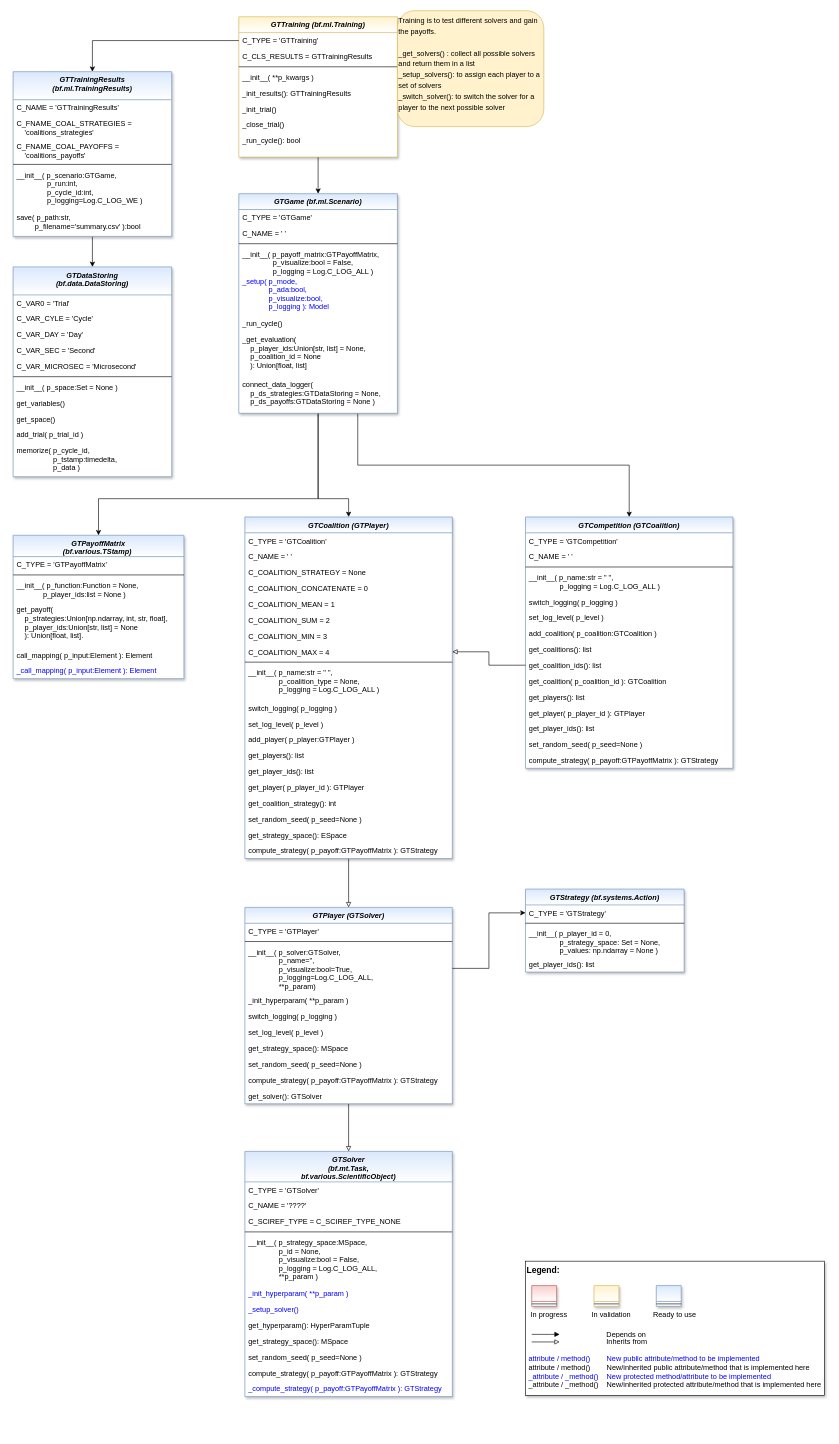
The draw.io diagram doc/rtd/content/04_appendices/appendix2/sub/core/mlpro_gt/images/MLPro-GT-Native_class_diagram.drawio in fhswf/MLPro, before the edit. Source tidied: cells renumbered, new cells numbered last; positions are measured from the earlier drawing's top-left corner, leaving out a move shared by most shapes. Both pictures are drawn from the tidied source at 61%, with x=0, y=0 at pixel (13, 10).
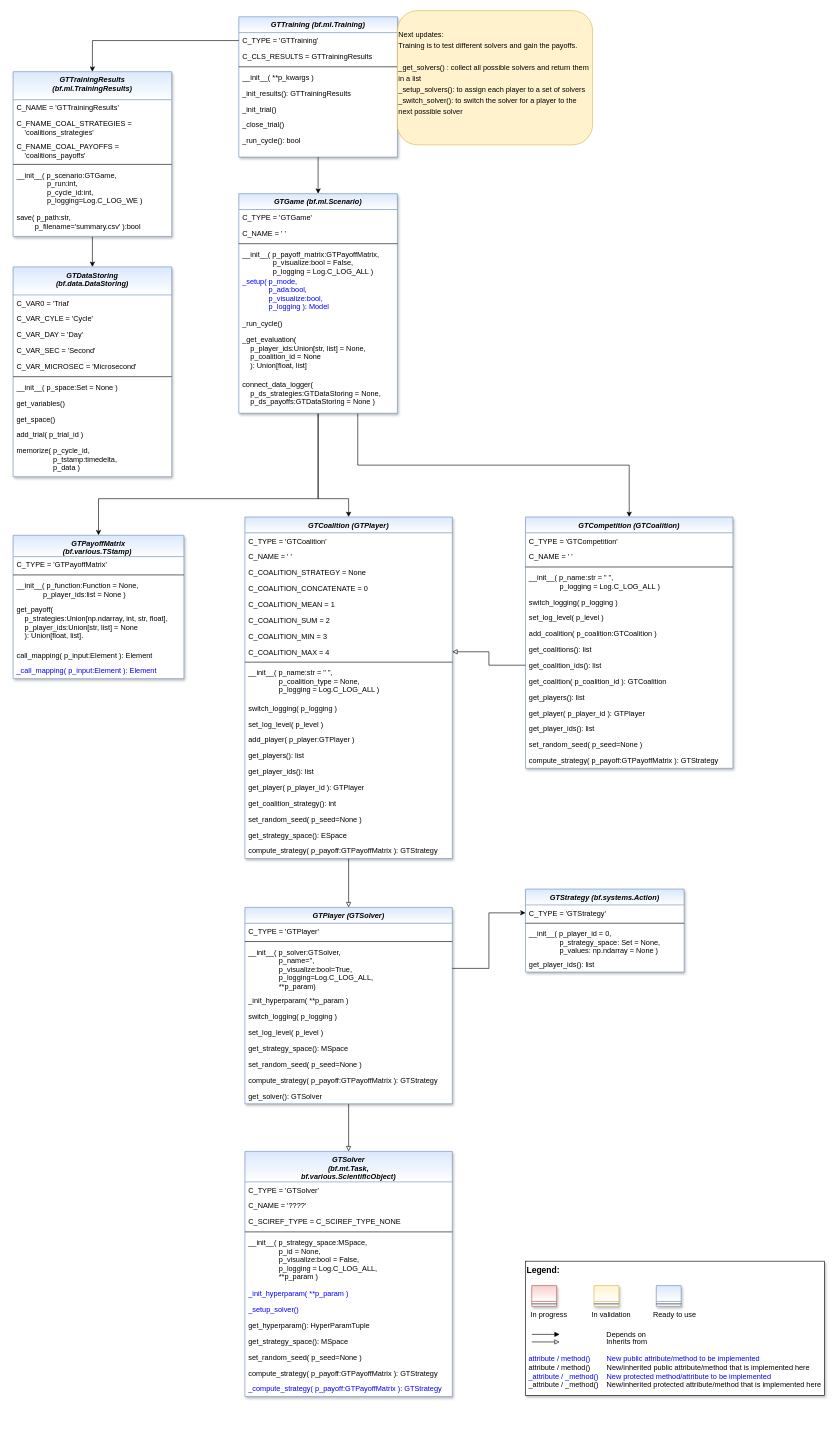
The same page after the edit.

Commit message (it also covers changes not shown here):
update class diagram #613

Diff of the diagram source:
```diff
@@
-    <mxCell id="85" value="GTTraining (bf.ml.Training)" style="swimlane;fontStyle=3;align=center;verticalAlign=top;horizontal=1;startSize=26;rounded=0;shadow=1;strokeWidth=1;fillColor=#fff2cc;strokeColor=#d6b656;swimlaneFillColor=#ffffff;gradientColor=#FFFFFF;" parent="1" vertex="1">
+    <mxCell id="85" value="GTTraining (bf.ml.Training)" style="swimlane;fontStyle=3;align=center;verticalAlign=top;horizontal=1;startSize=26;rounded=0;shadow=1;strokeWidth=1;fillColor=#dae8fc;strokeColor=#6c8ebf;swimlaneFillColor=#ffffff;gradientColor=#FFFFFF;" parent="1" vertex="1">
       <mxGeometry x="370" y="10" width="260" height="230" as="geometry" />
     </mxCell>
@@
-    <mxCell id="94" value="&lt;font style=&quot;font-size: 12px&quot;&gt;Training is to test different solvers and gain the payoffs.&lt;br&gt;&lt;br&gt;_get_solvers() : collect all possible solvers and return them in a list&lt;br&gt;_setup_solvers(): to assign each player to a set of solvers&lt;br&gt;_switch_solver(): to switch the solver for a player to the next possible solver&amp;nbsp;&lt;br&gt;&lt;br&gt;&lt;/font&gt;" style="rounded=1;whiteSpace=wrap;html=1;fontSize=15;fillColor=#fff2cc;strokeColor=#d6b656;align=left;" parent="1" vertex="1">
-      <mxGeometry x="630" width="240" height="190" as="geometry" />
+    <mxCell id="94" value="&lt;font style=&quot;font-size: 12px&quot;&gt;Next updates:&lt;br&gt;Training is to test different solvers and gain the payoffs.&lt;br&gt;&lt;br&gt;_get_solvers() : collect all possible solvers and return them in a list&lt;br&gt;_setup_solvers(): to assign each player to a set of solvers&lt;br&gt;_switch_solver(): to switch the solver for a player to the next possible solver&amp;nbsp;&lt;br&gt;&lt;br&gt;&lt;/font&gt;" style="rounded=1;whiteSpace=wrap;html=1;fontSize=15;fillColor=#fff2cc;strokeColor=#d6b656;align=left;" parent="1" vertex="1">
+      <mxGeometry x="630" width="320" height="220" as="geometry" />
     </mxCell>
```
